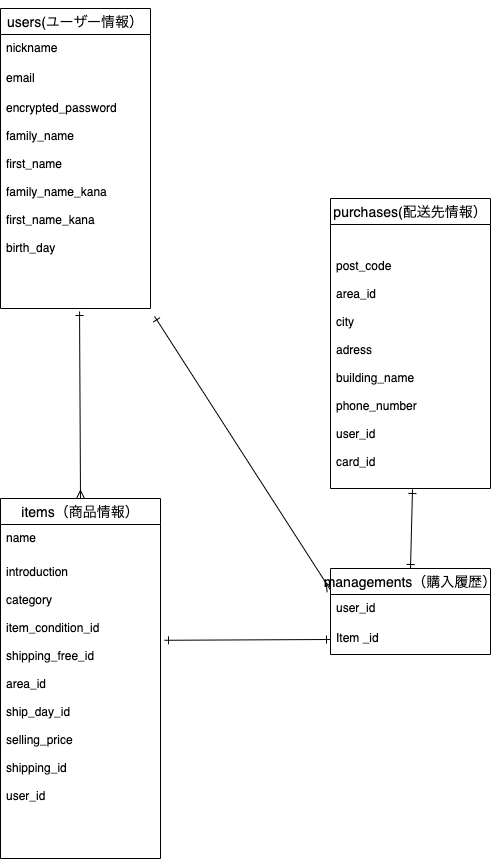
This is test.drawio.png from noname2601/furima-35213, a draw.io export, as it was before one commit. Source tidied: cells renumbered, new cells last; positions are measured from the earlier drawing's top-left corner, leaving out a move shared by most shapes.
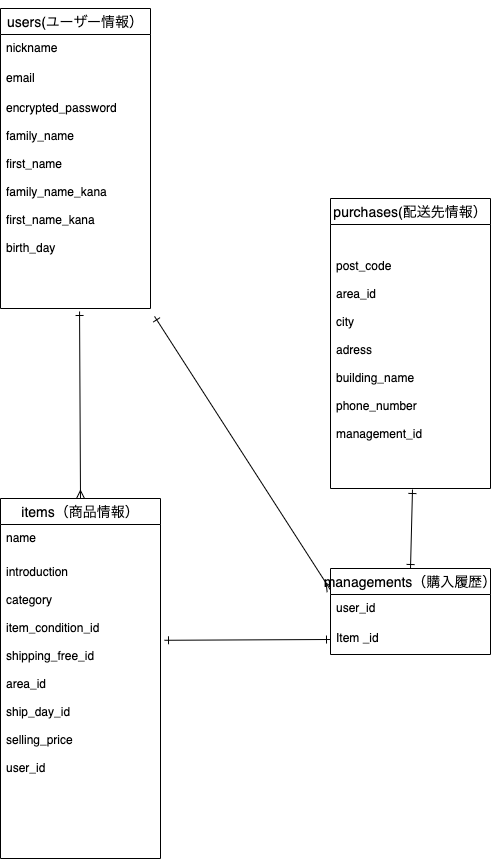
Above is the later version.

What changed in the source:
```diff
@@ -22,7 +22,7 @@
     <mxCell id="7" value="purchases(配送先情報）" style="swimlane;fontStyle=0;horizontal=1;startSize=26;align=center;fontSize=14;" parent="1" vertex="1">
       <mxGeometry x="330" y="190" width="160" height="290" as="geometry" />
     </mxCell>
-    <mxCell id="8" value="&#10;&#10;post_code&#10;&#10;area_id&#10;&#10;city&#10;&#10;adress&#10;&#10;building_name&#10;&#10;phone_number&#10;&#10;user_id&#10;&#10;card_id&#10;&#10;&#10;&#10;" style="text;strokeColor=none;fillColor=none;spacingLeft=4;spacingRight=4;overflow=hidden;fontSize=12;" parent="7" vertex="1">
+    <mxCell id="8" value="&#10;&#10;post_code&#10;&#10;area_id&#10;&#10;city&#10;&#10;adress&#10;&#10;building_name&#10;&#10;phone_number&#10;&#10;management_id&#10;&#10;&#10;&#10;" style="text;strokeColor=none;fillColor=none;spacingLeft=4;spacingRight=4;overflow=hidden;fontSize=12;" parent="7" vertex="1">
       <mxGeometry y="26" width="160" height="264" as="geometry" />
     </mxCell>
     <mxCell id="9" style="edgeStyle=none;rounded=0;jettySize=auto;html=1;exitX=0.5;exitY=0;exitDx=0;exitDy=0;startArrow=ERmany;startFill=0;endArrow=ERone;endFill=0;targetPerimeterSpacing=6;sourcePerimeterSpacing=6;entryX=0.527;entryY=1.014;entryDx=0;entryDy=0;entryPerimeter=0;" parent="1" edge="1" source="10" target="6">
@@ -34,7 +34,7 @@
     <mxCell id="11" value="name" style="text;strokeColor=none;fillColor=none;spacingLeft=4;spacingRight=4;overflow=hidden;fontSize=12;" parent="10" vertex="1">
       <mxGeometry y="26" width="160" height="334" as="geometry" />
     </mxCell>
-    <mxCell id="12" value="introduction&#10;&#10;category&#10;&#10;item_condition_id&#10;&#10;shipping_free_id&#10;&#10;area_id&#10;&#10;ship_day_id&#10;&#10;selling_price&#10;&#10;shipping_id&#10;&#10;user_id" style="text;strokeColor=none;fillColor=none;spacingLeft=4;spacingRight=4;overflow=hidden;points=[[0,0.5],[1,0.5]];portConstraint=eastwest;fontSize=12;" parent="1" vertex="1">
+    <mxCell id="12" value="introduction&#10;&#10;category&#10;&#10;item_condition_id&#10;&#10;shipping_free_id&#10;&#10;area_id&#10;&#10;ship_day_id&#10;&#10;selling_price&#10;&#10;user_id&#10;&#10;" style="text;strokeColor=none;fillColor=none;spacingLeft=4;spacingRight=4;overflow=hidden;points=[[0,0.5],[1,0.5]];portConstraint=eastwest;fontSize=12;" parent="1" vertex="1">
       <mxGeometry y="550" width="160" height="304" as="geometry" />
     </mxCell>
     <mxCell id="13" style="edgeStyle=none;rounded=0;jettySize=auto;html=1;exitX=0.5;exitY=0;exitDx=0;exitDy=0;startArrow=ERone;startFill=0;sourcePerimeterSpacing=6;endArrow=ERone;endFill=0;targetPerimeterSpacing=6;" parent="1" edge="1" source="15">
```
